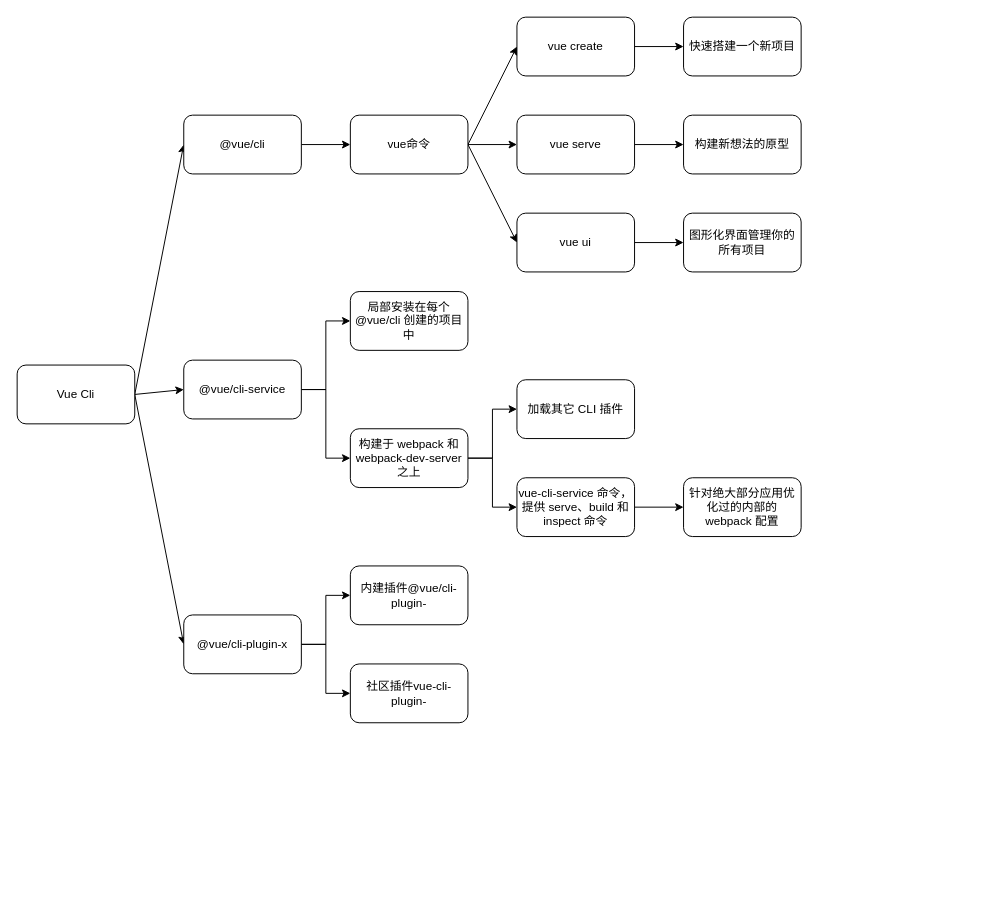
Earlier version of the draw.io diagram frontend/vuecli.drawio (Rockergmail/draw.io). Source tidied: cells renumbered, new cells numbered last; positions are measured from the earlier drawing's top-left corner, leaving out a move shared by most shapes. Both pictures are drawn from the tidied source at 98%, with x=0, y=0 at pixel (17, 17).
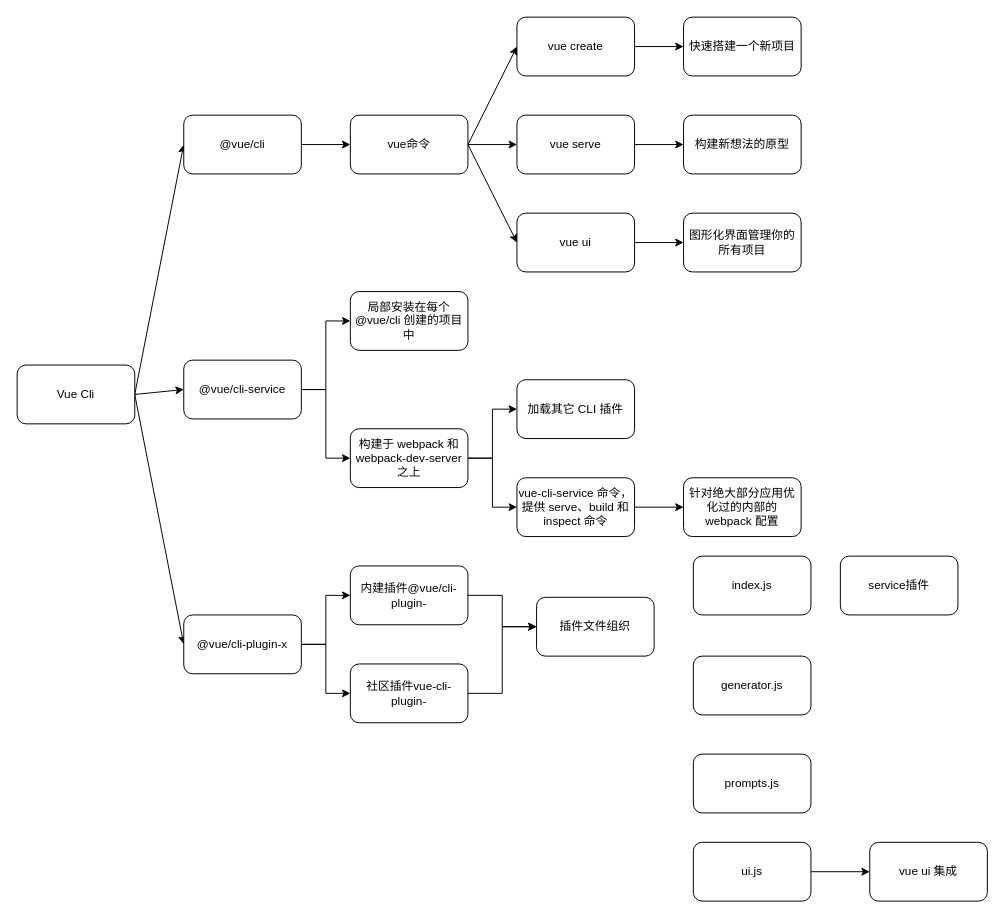
After the change.

The change refers to these unchanged cells:
```xml
<mxCell id="35" value="内建插件@vue/cli-plugin-" style="rounded=1;whiteSpace=wrap;html=1;" parent="1" vertex="1">
  <mxGeometry x="340" y="560" width="120" height="60" as="geometry" />
</mxCell>
<mxCell id="36" value="社区插件vue-cli-plugin-" style="rounded=1;whiteSpace=wrap;html=1;" parent="1" vertex="1">
  <mxGeometry x="340" y="660" width="120" height="60" as="geometry" />
</mxCell>
```

The edit, as a diff of the source:
```diff
@@
+    <mxCell id="37" style="edgeStyle=orthogonalEdgeStyle;rounded=0;jettySize=auto;html=1;exitX=1;exitY=0.5;exitDx=0;exitDy=0;entryX=0;entryY=0.5;entryDx=0;entryDy=0;" parent="1" edge="1" source="35" target="39">
+      <mxGeometry relative="1" as="geometry" />
+    </mxCell>
@@
+    <mxCell id="38" style="edgeStyle=orthogonalEdgeStyle;rounded=0;jettySize=auto;html=1;exitX=1;exitY=0.5;exitDx=0;exitDy=0;entryX=0;entryY=0.5;entryDx=0;entryDy=0;" parent="1" edge="1" source="36" target="39">
+      <mxGeometry relative="1" as="geometry" />
+    </mxCell>
@@
+    <mxCell id="39" value="插件文件组织" style="rounded=1;whiteSpace=wrap;html=1;" parent="1" vertex="1">
+      <mxGeometry x="530" y="592" width="120" height="60" as="geometry" />
+    </mxCell>
+    <mxCell id="40" value="generator.js" style="rounded=1;whiteSpace=wrap;html=1;" parent="1" vertex="1">
+      <mxGeometry x="690" y="652" width="120" height="60" as="geometry" />
+    </mxCell>
+    <mxCell id="41" value="index.js" style="rounded=1;whiteSpace=wrap;html=1;" parent="1" vertex="1">
+      <mxGeometry x="690" y="550" width="120" height="60" as="geometry" />
+    </mxCell>
+    <mxCell id="42" value="prompts.js" style="rounded=1;whiteSpace=wrap;html=1;" parent="1" vertex="1">
+      <mxGeometry x="690" y="752" width="120" height="60" as="geometry" />
+    </mxCell>
+    <mxCell id="43" style="edgeStyle=orthogonalEdgeStyle;rounded=0;jettySize=auto;html=1;exitX=1;exitY=0.5;exitDx=0;exitDy=0;entryX=0;entryY=0.5;entryDx=0;entryDy=0;" parent="1" edge="1" source="44" target="46">
+      <mxGeometry relative="1" as="geometry" />
+    </mxCell>
+    <mxCell id="44" value="ui.js" style="rounded=1;whiteSpace=wrap;html=1;" parent="1" vertex="1">
+      <mxGeometry x="690" y="842" width="120" height="60" as="geometry" />
+    </mxCell>
+    <mxCell id="45" value="service插件" style="rounded=1;whiteSpace=wrap;html=1;" parent="1" vertex="1">
+      <mxGeometry x="840" y="550" width="120" height="60" as="geometry" />
+    </mxCell>
+    <mxCell id="46" value="vue ui 集成" style="rounded=1;whiteSpace=wrap;html=1;" parent="1" vertex="1">
+      <mxGeometry x="870" y="842" width="120" height="60" as="geometry" />
+    </mxCell>
```
